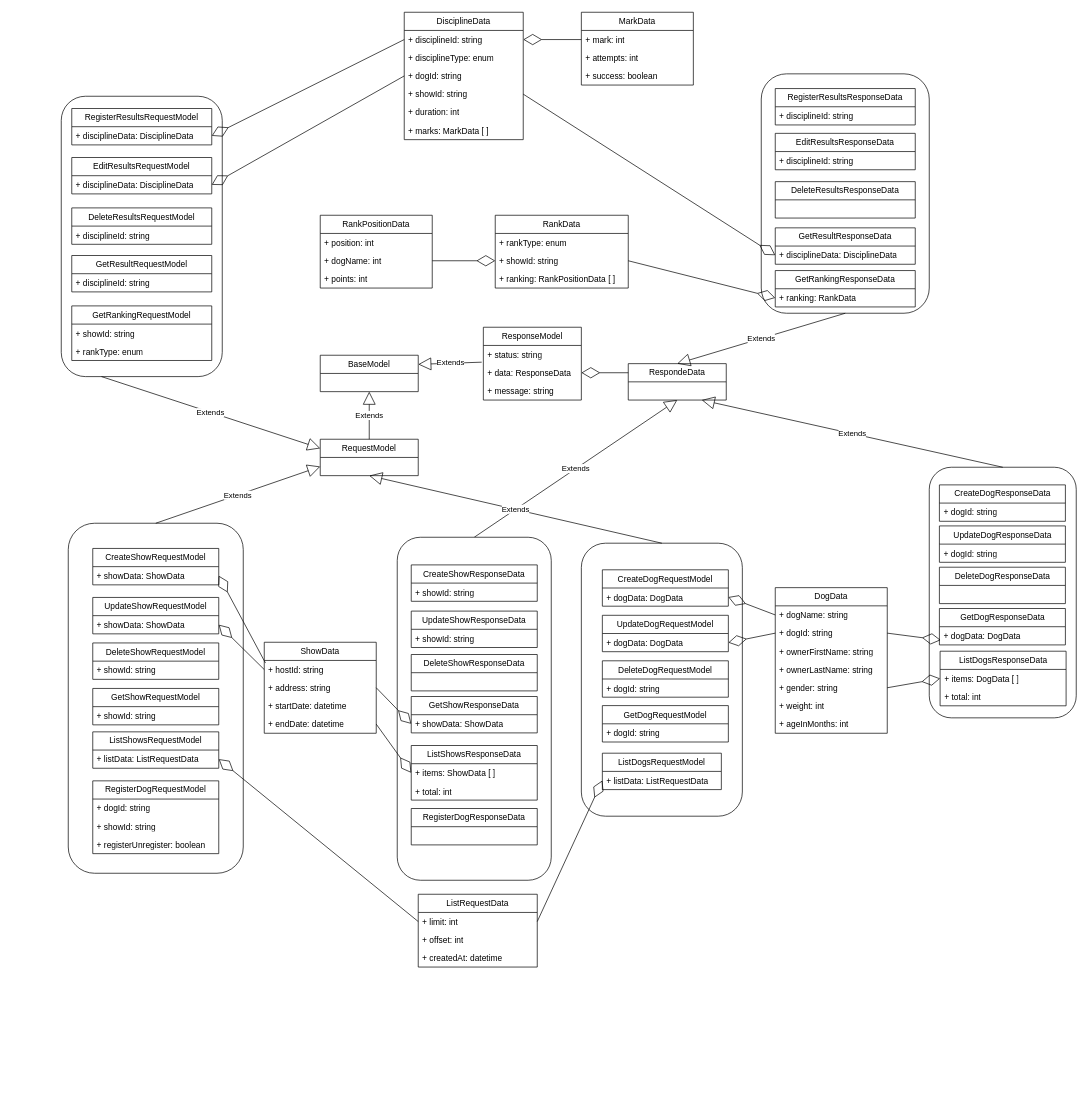
Before: page "competition-entities" (5 of 5) of documentation/design/top-dog-show-data-model.drawio in israel-lm/top-dog-show, a draw.io diagram. Source tidied: cells renumbered, new cells numbered last; positions are measured from the earlier drawing's top-left corner, leaving out a move shared by most shapes. Both pictures are drawn from the tidied source at 70%, with x=0, y=0 at pixel (12, 12).
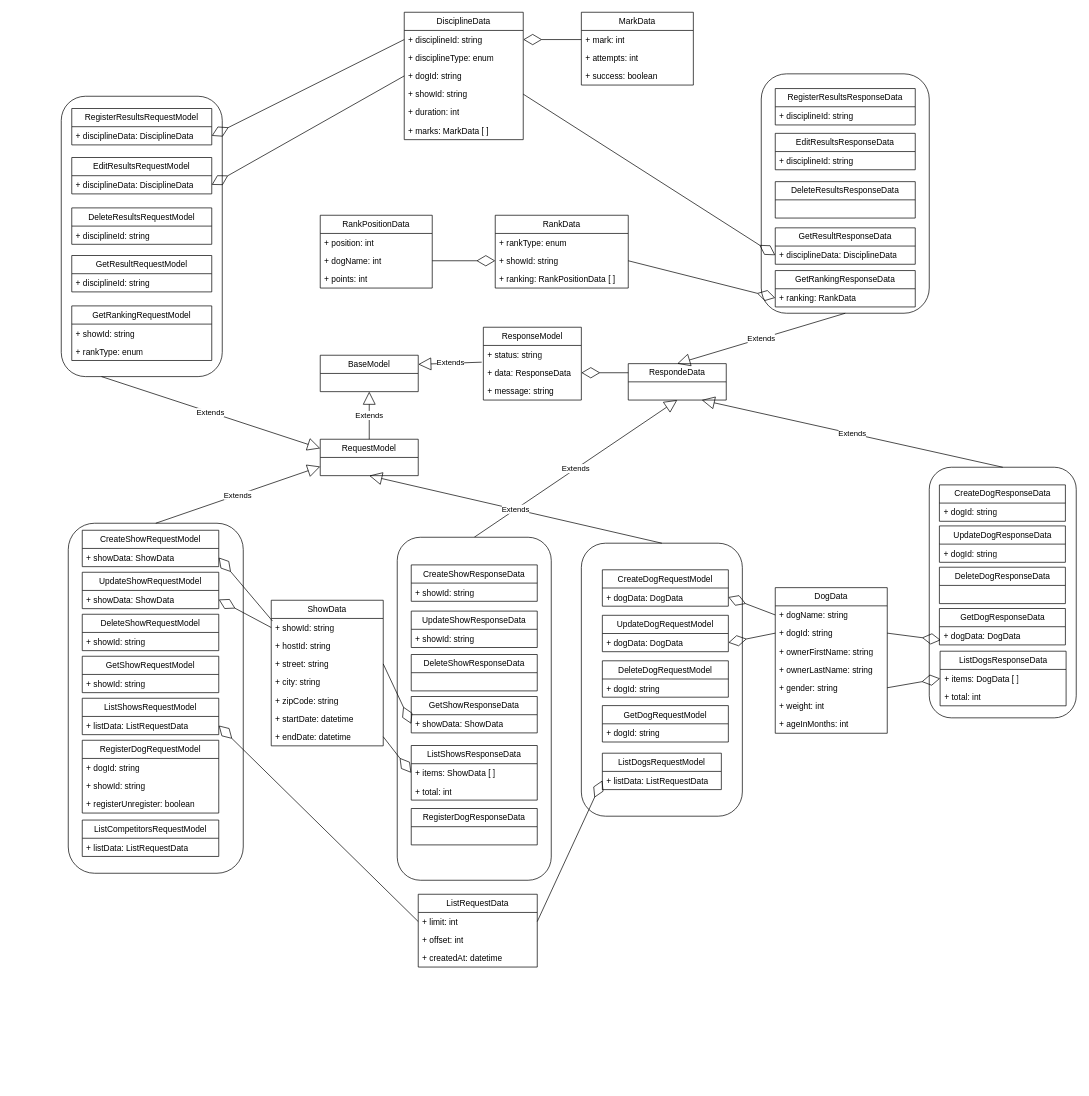
The same page after the edit.

The change refers to these unchanged cells:
```xml
<mxCell id="48" style="rounded=1;whiteSpace=wrap;html=1;" parent="1" vertex="1">
  <mxGeometry x="80" y="730" width="250" height="500" as="geometry" />
</mxCell>
```

Change to the diagram source:
```diff
@@
     <mxCell id="24" value="ShowData" style="swimlane;fontStyle=0;horizontal=1;startSize=26;fillColor=none;whiteSpace=wrap;html=1;" parent="1" vertex="1">
-      <mxGeometry x="360" y="900" width="160" height="130" as="geometry" />
+      <mxGeometry x="370" y="840" width="160" height="208" as="geometry" />
     </mxCell>
-    <mxCell id="25" value="+ hostId: string" style="text;strokeColor=none;fillColor=none;align=left;verticalAlign=top;spacingLeft=4;spacingRight=4;overflow=hidden;points=[[0,0.5],[1,0.5]];portConstraint=eastwest;whiteSpace=wrap;html=1;" parent="24" vertex="1">
+    <mxCell id="25" value="+ showId: string" style="text;strokeColor=none;fillColor=none;align=left;verticalAlign=top;spacingLeft=4;spacingRight=4;overflow=hidden;points=[[0,0.5],[1,0.5]];portConstraint=eastwest;whiteSpace=wrap;html=1;" parent="24" vertex="1">
       <mxGeometry y="26" width="160" height="26" as="geometry" />
     </mxCell>
+    <mxCell id="149" value="+ hostId: string" style="text;strokeColor=none;fillColor=none;align=left;verticalAlign=top;spacingLeft=4;spacingRight=4;overflow=hidden;whiteSpace=wrap;html=1;" parent="24" vertex="1">
+      <mxGeometry y="52" width="160" height="26" as="geometry" />
+    </mxCell>
-    <mxCell id="26" value="+ address: string" style="text;strokeColor=none;fillColor=none;align=left;verticalAlign=top;spacingLeft=4;spacingRight=4;overflow=hidden;points=[[0,0.5],[1,0.5]];portConstraint=eastwest;whiteSpace=wrap;html=1;" parent="24" vertex="1">
-      <mxGeometry y="52" width="160" height="26" as="geometry" />
+    <mxCell id="26" value="+ street: string" style="text;strokeColor=none;fillColor=none;align=left;verticalAlign=top;spacingLeft=4;spacingRight=4;overflow=hidden;points=[[0,0.5],[1,0.5]];portConstraint=eastwest;whiteSpace=wrap;html=1;" parent="24" vertex="1">
+      <mxGeometry y="78" width="160" height="26" as="geometry" />
     </mxCell>
+    <mxCell id="150" value="+ city: string" style="text;strokeColor=none;fillColor=none;align=left;verticalAlign=top;spacingLeft=4;spacingRight=4;overflow=hidden;whiteSpace=wrap;html=1;" parent="24" vertex="1">
+      <mxGeometry y="104" width="160" height="26" as="geometry" />
+    </mxCell>
+    <mxCell id="151" value="+ zipCode: string" style="text;strokeColor=none;fillColor=none;align=left;verticalAlign=top;spacingLeft=4;spacingRight=4;overflow=hidden;whiteSpace=wrap;html=1;" parent="24" vertex="1">
+      <mxGeometry y="130" width="160" height="26" as="geometry" />
+    </mxCell>
     <mxCell id="27" value="+ startDate: datetime" style="text;strokeColor=none;fillColor=none;align=left;verticalAlign=top;spacingLeft=4;spacingRight=4;overflow=hidden;whiteSpace=wrap;html=1;" parent="24" vertex="1">
-      <mxGeometry y="78" width="160" height="26" as="geometry" />
+      <mxGeometry y="156" width="160" height="26" as="geometry" />
     </mxCell>
     <mxCell id="28" value="+ endDate: datetime" style="text;strokeColor=none;fillColor=none;align=left;verticalAlign=top;spacingLeft=4;spacingRight=4;overflow=hidden;points=[[0,0.5],[1,0.5]];portConstraint=eastwest;whiteSpace=wrap;html=1;" parent="24" vertex="1">
-      <mxGeometry y="104" width="160" height="26" as="geometry" />
+      <mxGeometry y="182" width="160" height="26" as="geometry" />
     </mxCell>
@@
     <mxCell id="49" value="CreateShowRequestModel" style="swimlane;fontStyle=0;horizontal=1;startSize=26;fillColor=none;whiteSpace=wrap;html=1;" parent="48" vertex="1">
-      <mxGeometry x="35" y="36" width="180" height="52" as="geometry" />
+      <mxGeometry x="20" y="10" width="195" height="52" as="geometry" />
     </mxCell>
     <mxCell id="50" value="+ showData: ShowData" style="text;strokeColor=none;fillColor=none;align=left;verticalAlign=top;spacingLeft=4;spacingRight=4;overflow=hidden;whiteSpace=wrap;html=1;" parent="49" vertex="1">
-      <mxGeometry y="26" width="180" height="26" as="geometry" />
+      <mxGeometry y="26" width="195" height="26" as="geometry" />
     </mxCell>
     <mxCell id="51" value="RegisterDogRequestModel" style="swimlane;fontStyle=0;horizontal=1;startSize=26;fillColor=none;whiteSpace=wrap;html=1;" parent="48" vertex="1">
-      <mxGeometry x="35" y="368" width="180" height="104" as="geometry" />
+      <mxGeometry x="20" y="310" width="195" height="104" as="geometry" />
     </mxCell>
     <mxCell id="52" value="+ dogId: string" style="text;strokeColor=none;fillColor=none;align=left;verticalAlign=top;spacingLeft=4;spacingRight=4;overflow=hidden;whiteSpace=wrap;html=1;" parent="51" vertex="1">
-      <mxGeometry y="26" width="180" height="26" as="geometry" />
+      <mxGeometry y="26" width="195" height="26" as="geometry" />
     </mxCell>
     <mxCell id="53" value="+ showId: string" style="text;strokeColor=none;fillColor=none;align=left;verticalAlign=top;spacingLeft=4;spacingRight=4;overflow=hidden;whiteSpace=wrap;html=1;" parent="51" vertex="1">
-      <mxGeometry y="52" width="180" height="26" as="geometry" />
+      <mxGeometry y="52" width="195" height="26" as="geometry" />
     </mxCell>
     <mxCell id="54" value="+ registerUnregister: boolean" style="text;strokeColor=none;fillColor=none;align=left;verticalAlign=top;spacingLeft=4;spacingRight=4;overflow=hidden;whiteSpace=wrap;html=1;" parent="51" vertex="1">
-      <mxGeometry y="78" width="180" height="26" as="geometry" />
+      <mxGeometry y="78" width="195" height="26" as="geometry" />
     </mxCell>
     <mxCell id="55" value="UpdateShowRequestModel" style="swimlane;fontStyle=0;horizontal=1;startSize=26;fillColor=none;whiteSpace=wrap;html=1;" parent="48" vertex="1">
-      <mxGeometry x="35" y="106" width="180" height="52" as="geometry" />
+      <mxGeometry x="20" y="70" width="195" height="52" as="geometry" />
     </mxCell>
     <mxCell id="56" value="+ showData: ShowData" style="text;strokeColor=none;fillColor=none;align=left;verticalAlign=top;spacingLeft=4;spacingRight=4;overflow=hidden;whiteSpace=wrap;html=1;" parent="55" vertex="1">
-      <mxGeometry y="26" width="180" height="26" as="geometry" />
+      <mxGeometry y="26" width="195" height="26" as="geometry" />
     </mxCell>
     <mxCell id="57" value="DeleteShowRequestModel" style="swimlane;fontStyle=0;horizontal=1;startSize=26;fillColor=none;whiteSpace=wrap;html=1;" parent="48" vertex="1">
-      <mxGeometry x="35" y="171" width="180" height="52" as="geometry" />
+      <mxGeometry x="20" y="130" width="195" height="52" as="geometry" />
     </mxCell>
     <mxCell id="58" value="+ showId: string" style="text;strokeColor=none;fillColor=none;align=left;verticalAlign=top;spacingLeft=4;spacingRight=4;overflow=hidden;whiteSpace=wrap;html=1;" parent="57" vertex="1">
-      <mxGeometry y="26" width="180" height="26" as="geometry" />
+      <mxGeometry y="26" width="195" height="26" as="geometry" />
     </mxCell>
     <mxCell id="59" value="GetShowRequestModel" style="swimlane;fontStyle=0;horizontal=1;startSize=26;fillColor=none;whiteSpace=wrap;html=1;" parent="48" vertex="1">
-      <mxGeometry x="35" y="236" width="180" height="52" as="geometry" />
+      <mxGeometry x="20" y="190" width="195" height="52" as="geometry" />
     </mxCell>
     <mxCell id="60" value="+ showId: string" style="text;strokeColor=none;fillColor=none;align=left;verticalAlign=top;spacingLeft=4;spacingRight=4;overflow=hidden;whiteSpace=wrap;html=1;" parent="59" vertex="1">
-      <mxGeometry y="26" width="180" height="26" as="geometry" />
+      <mxGeometry y="26" width="195" height="26" as="geometry" />
     </mxCell>
     <mxCell id="61" value="ListShowsRequestModel" style="swimlane;fontStyle=0;horizontal=1;startSize=26;fillColor=none;whiteSpace=wrap;html=1;" parent="48" vertex="1">
-      <mxGeometry x="35" y="298" width="180" height="52" as="geometry" />
+      <mxGeometry x="20" y="250" width="195" height="52" as="geometry" />
     </mxCell>
     <mxCell id="62" value="+ listData: ListRequestData" style="text;strokeColor=none;fillColor=none;align=left;verticalAlign=top;spacingLeft=4;spacingRight=4;overflow=hidden;points=[[0,0.5],[1,0.5]];portConstraint=eastwest;whiteSpace=wrap;html=1;" parent="61" vertex="1">
-      <mxGeometry y="26" width="180" height="26" as="geometry" />
+      <mxGeometry y="26" width="195" height="26" as="geometry" />
     </mxCell>
+    <mxCell id="152" value="ListCompetitorsRequestModel" style="swimlane;fontStyle=0;horizontal=1;startSize=26;fillColor=none;whiteSpace=wrap;html=1;" parent="48" vertex="1">
+      <mxGeometry x="20" y="424" width="195" height="52" as="geometry" />
+    </mxCell>
+    <mxCell id="153" value="+ listData: ListRequestData" style="text;strokeColor=none;fillColor=none;align=left;verticalAlign=top;spacingLeft=4;spacingRight=4;overflow=hidden;whiteSpace=wrap;html=1;" parent="152" vertex="1">
+      <mxGeometry y="26" width="195" height="26" as="geometry" />
+    </mxCell>
```
